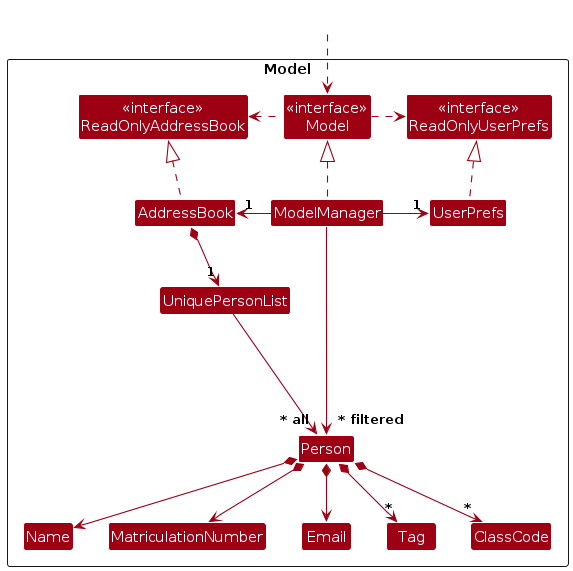
Earlier version of the PlantUML export diagrams/ModelClassDiagram.png (AY2627S1-CS2103T-T10-2/tp). Its source is kept beside it as diagrams/ModelClassDiagram.puml.
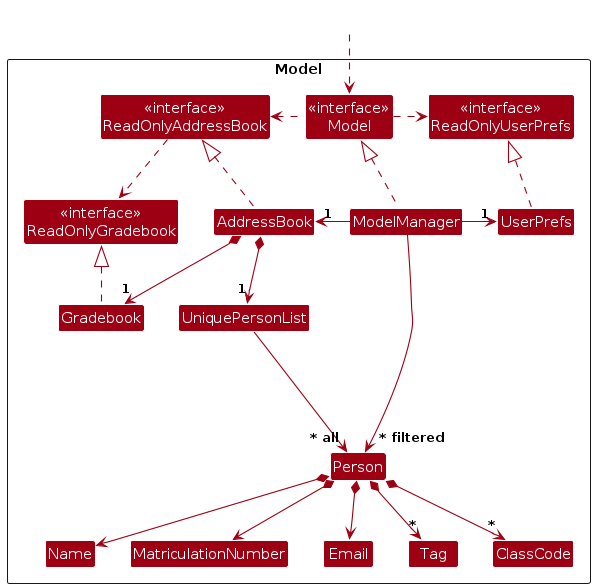
The same diagram one commit later.

The edit, as a diff of the source:
```diff
@@ -6,11 +6,13 @@
 
 Package Model as ModelPackage <<Rectangle>>{
 Class "<<interface>>\nReadOnlyAddressBook" as ReadOnlyAddressBook
+Class "<<interface>>\nReadOnlyGradebook" as ReadOnlyGradebook
 Class "<<interface>>\nReadOnlyUserPrefs" as ReadOnlyUserPrefs
 Class "<<interface>>\nModel" as Model
 Class AddressBook
 Class ModelManager
 Class UserPrefs
+Class Gradebook
 
 Class UniquePersonList
 Class Person
@@ -27,6 +29,8 @@
 HiddenOutside ..> Model
 
 AddressBook .up.|> ReadOnlyAddressBook
+Gradebook .up.|> ReadOnlyGradebook
+ReadOnlyAddressBook .right.> ReadOnlyGradebook
 
 ModelManager .up.|> Model
 Model .right.> ReadOnlyUserPrefs
@@ -36,6 +40,7 @@
 UserPrefs .up.|> ReadOnlyUserPrefs
 
 AddressBook *--> "1" UniquePersonList
+AddressBook *--> "1" Gradebook
 UniquePersonList --> "~* all" Person
 Person *--> Name
 Person *--> MatriculationNumber
```
